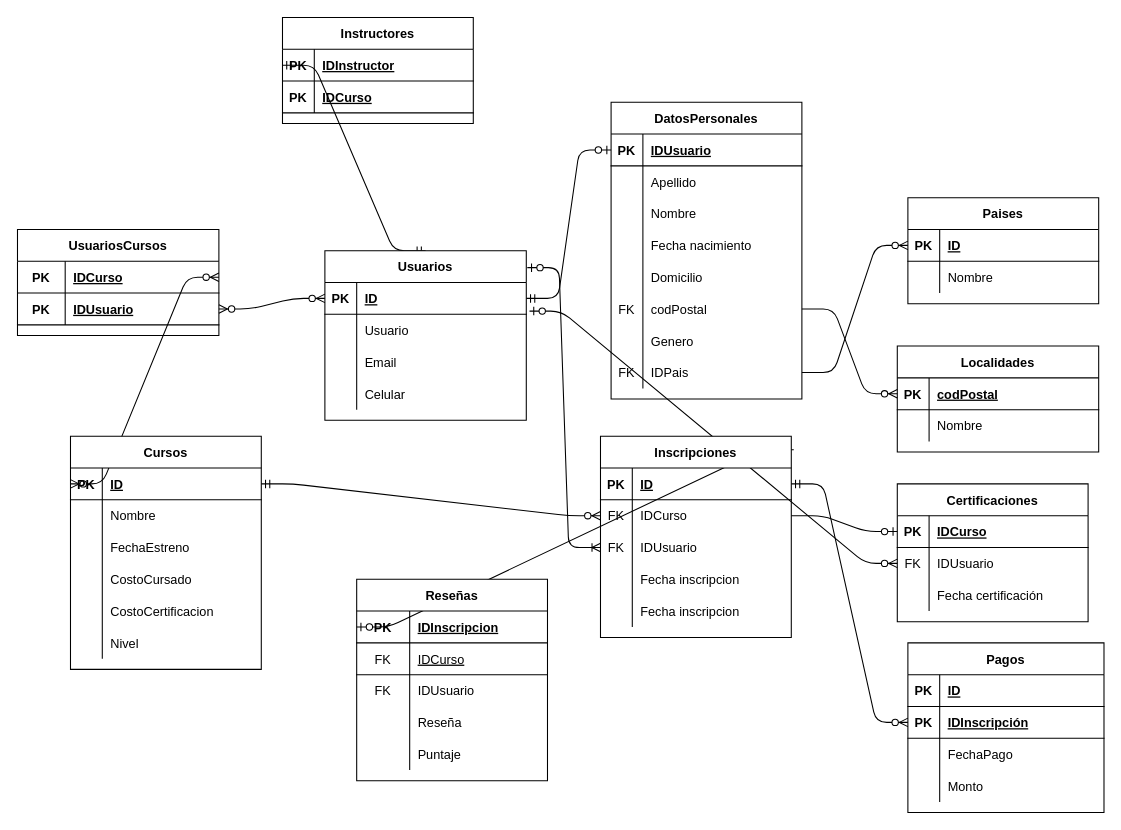
Before: Actividad 1.3.drawio in RailGun15/BaseDeDatos-UTN, a draw.io diagram. Source tidied: cells renumbered, new cells numbered last; positions are measured from the earlier drawing's top-left corner, leaving out a move shared by most shapes. Both pictures are drawn from the tidied source at 106%, with x=0, y=0 at pixel (17, 17).
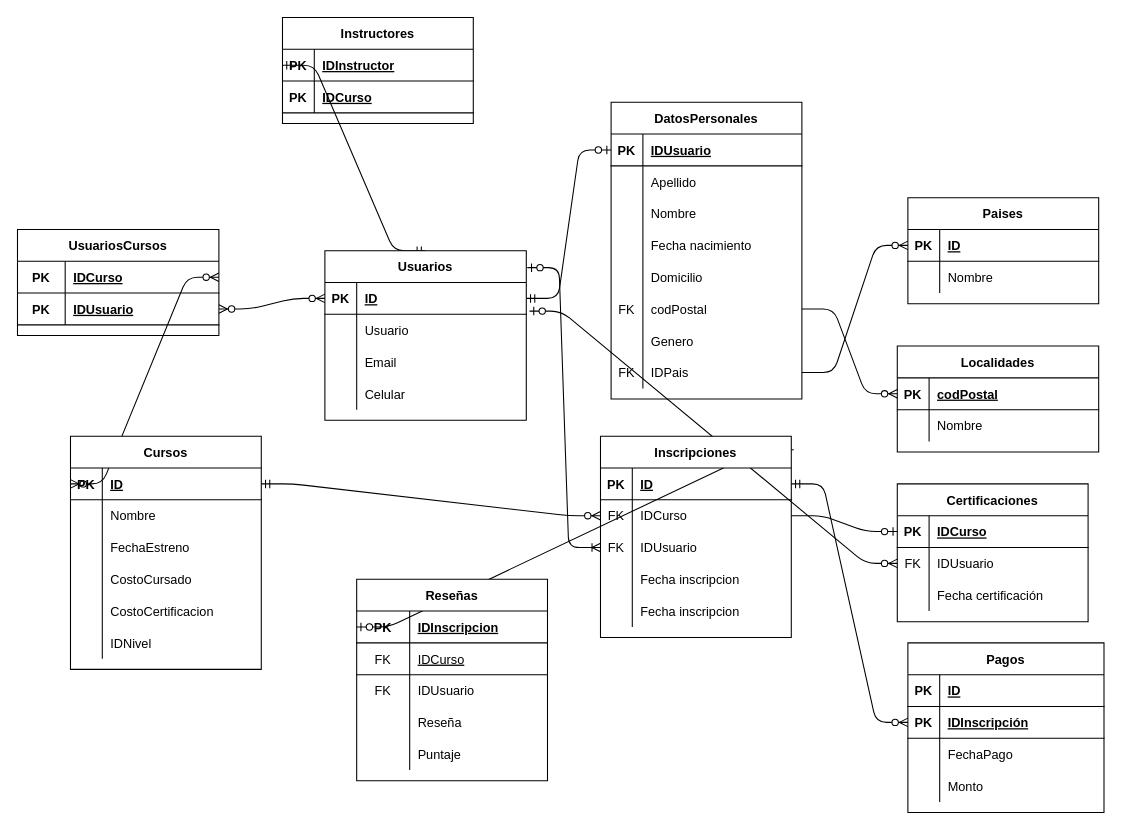
The same diagram, later.

Unchanged cells that the change refers to:
```xml
<mxCell id="98" style="shape=partialRectangle;fillColor=none;top=0;left=0;bottom=0;right=0;" parent="82" vertex="1">
  <mxGeometry y="180" width="180" height="30" as="geometry" />
</mxCell>
```

Change to the diagram source:
```diff
@@
-    <mxCell id="100" value="Nivel" style="shape=partialRectangle;fillColor=none;top=0;left=0;bottom=0;right=0;align=left;spacingLeft=6;overflow=hidden;" parent="98" vertex="1">
+    <mxCell id="100" value="IDNivel" style="shape=partialRectangle;fillColor=none;top=0;left=0;bottom=0;right=0;align=left;spacingLeft=6;overflow=hidden;" parent="98" vertex="1">
       <mxGeometry x="30" width="150" height="30" as="geometry" />
     </mxCell>
```
